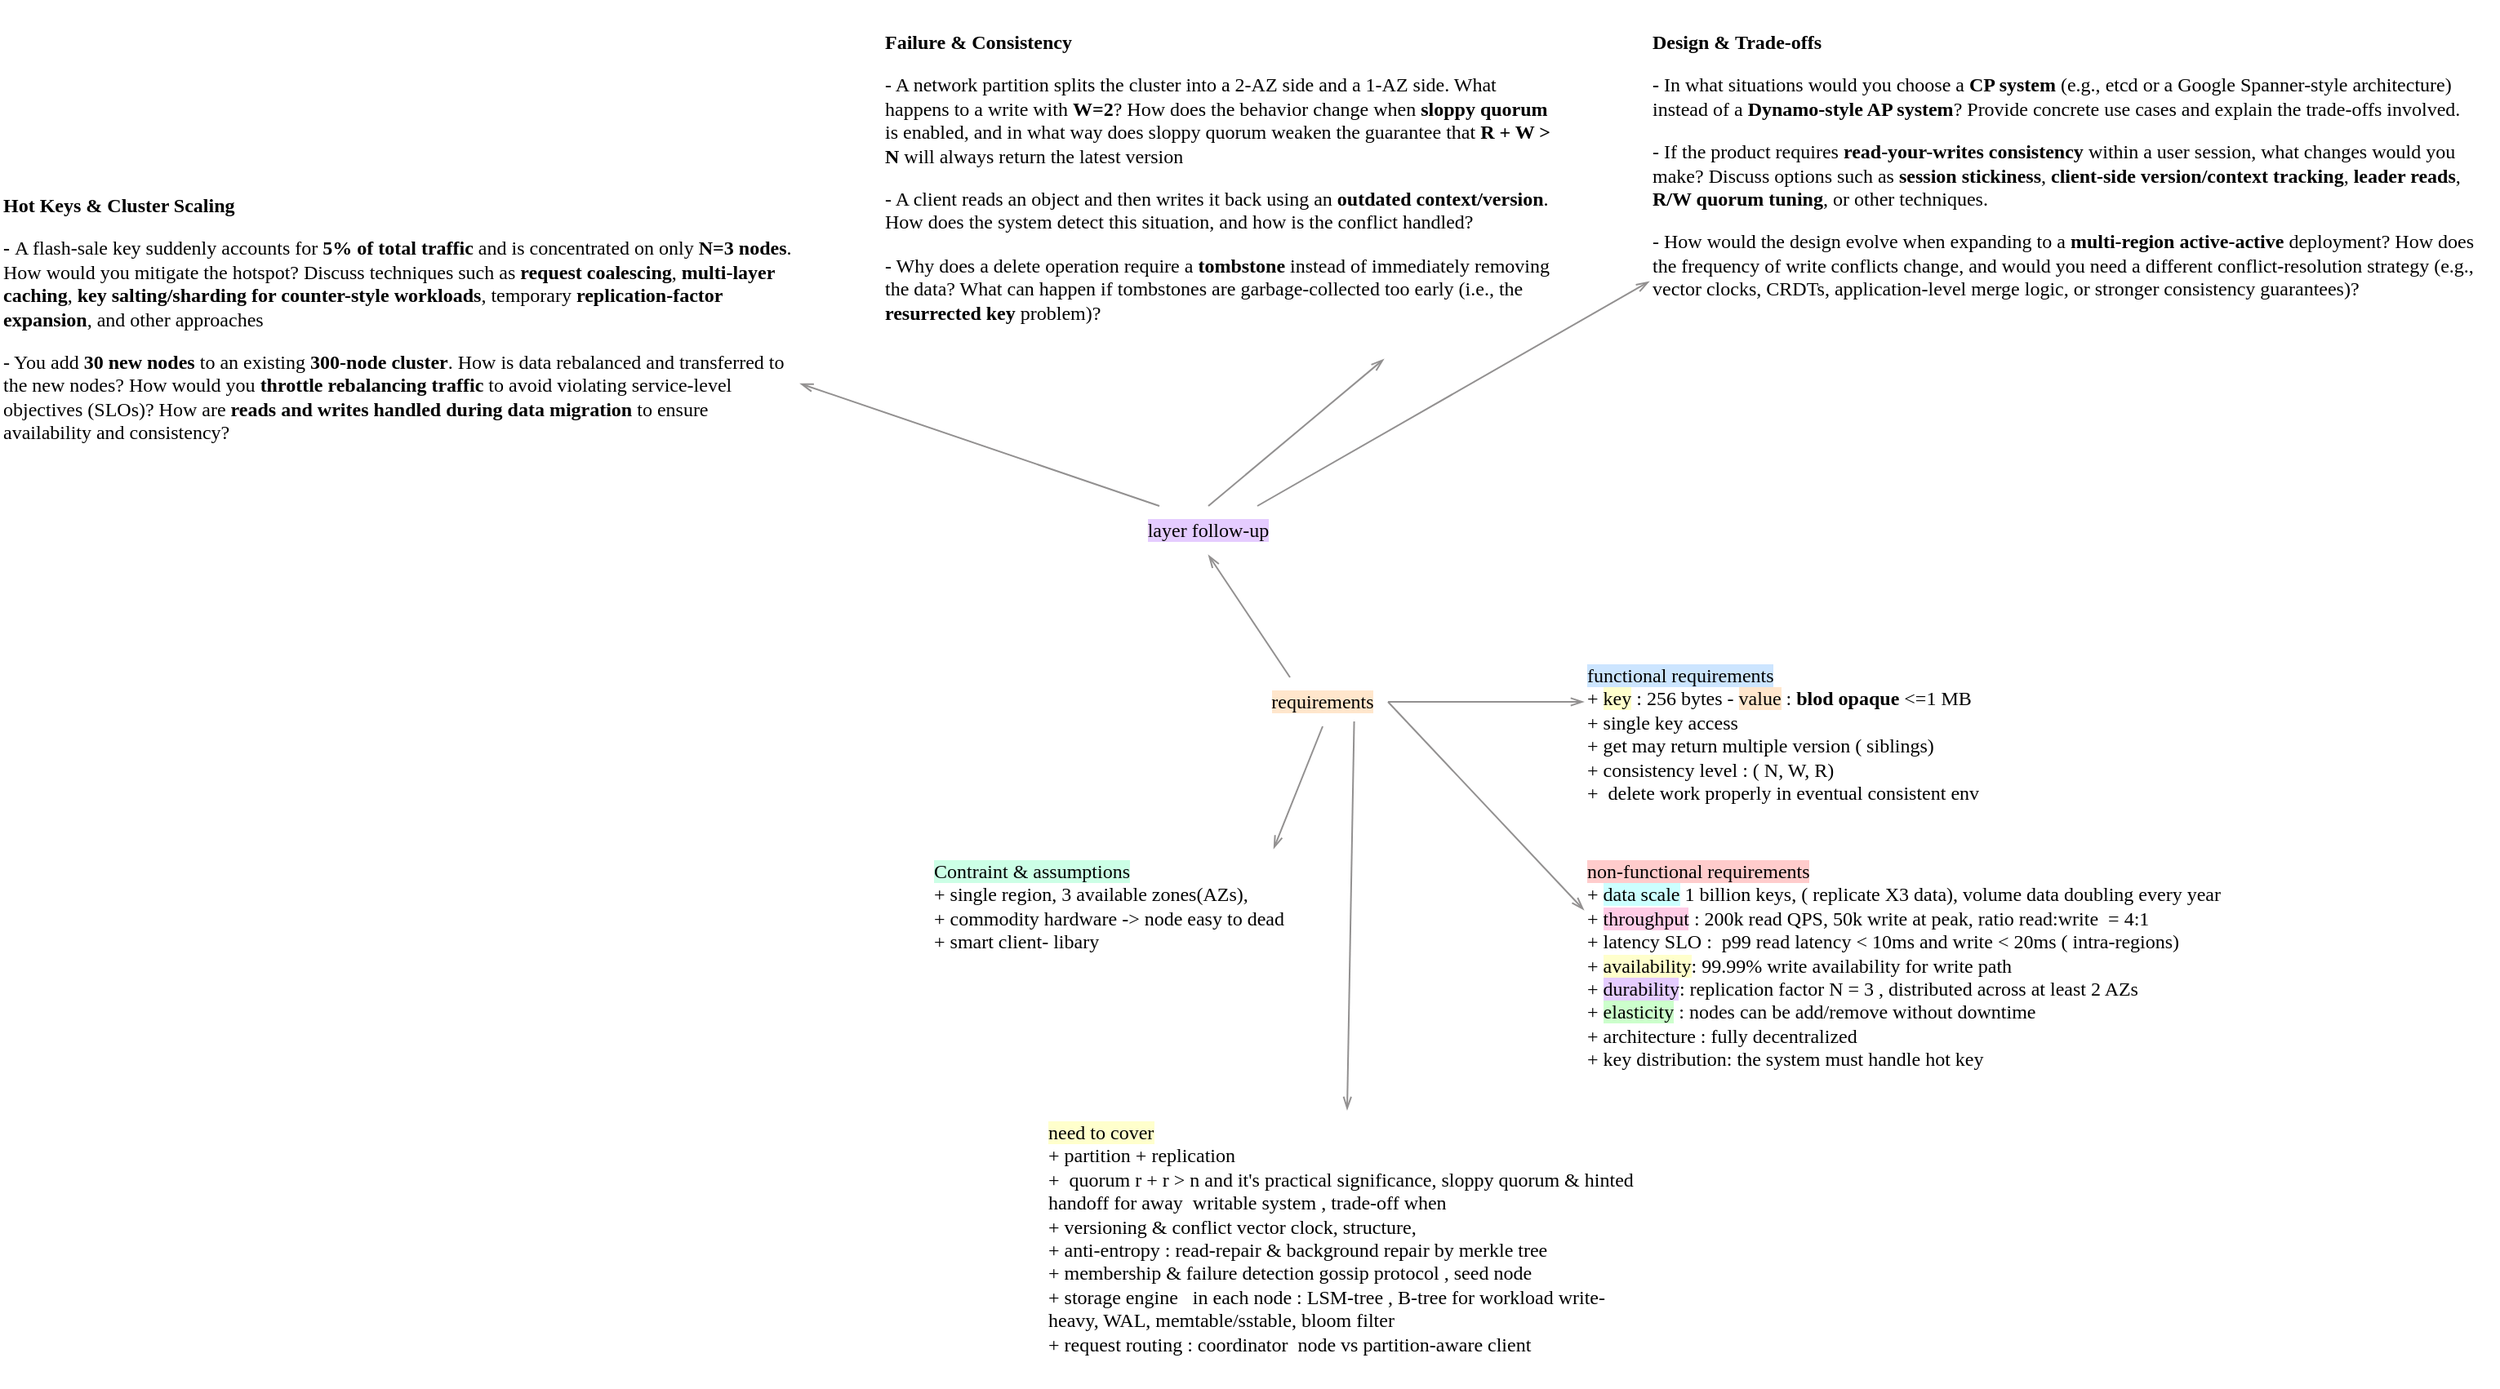
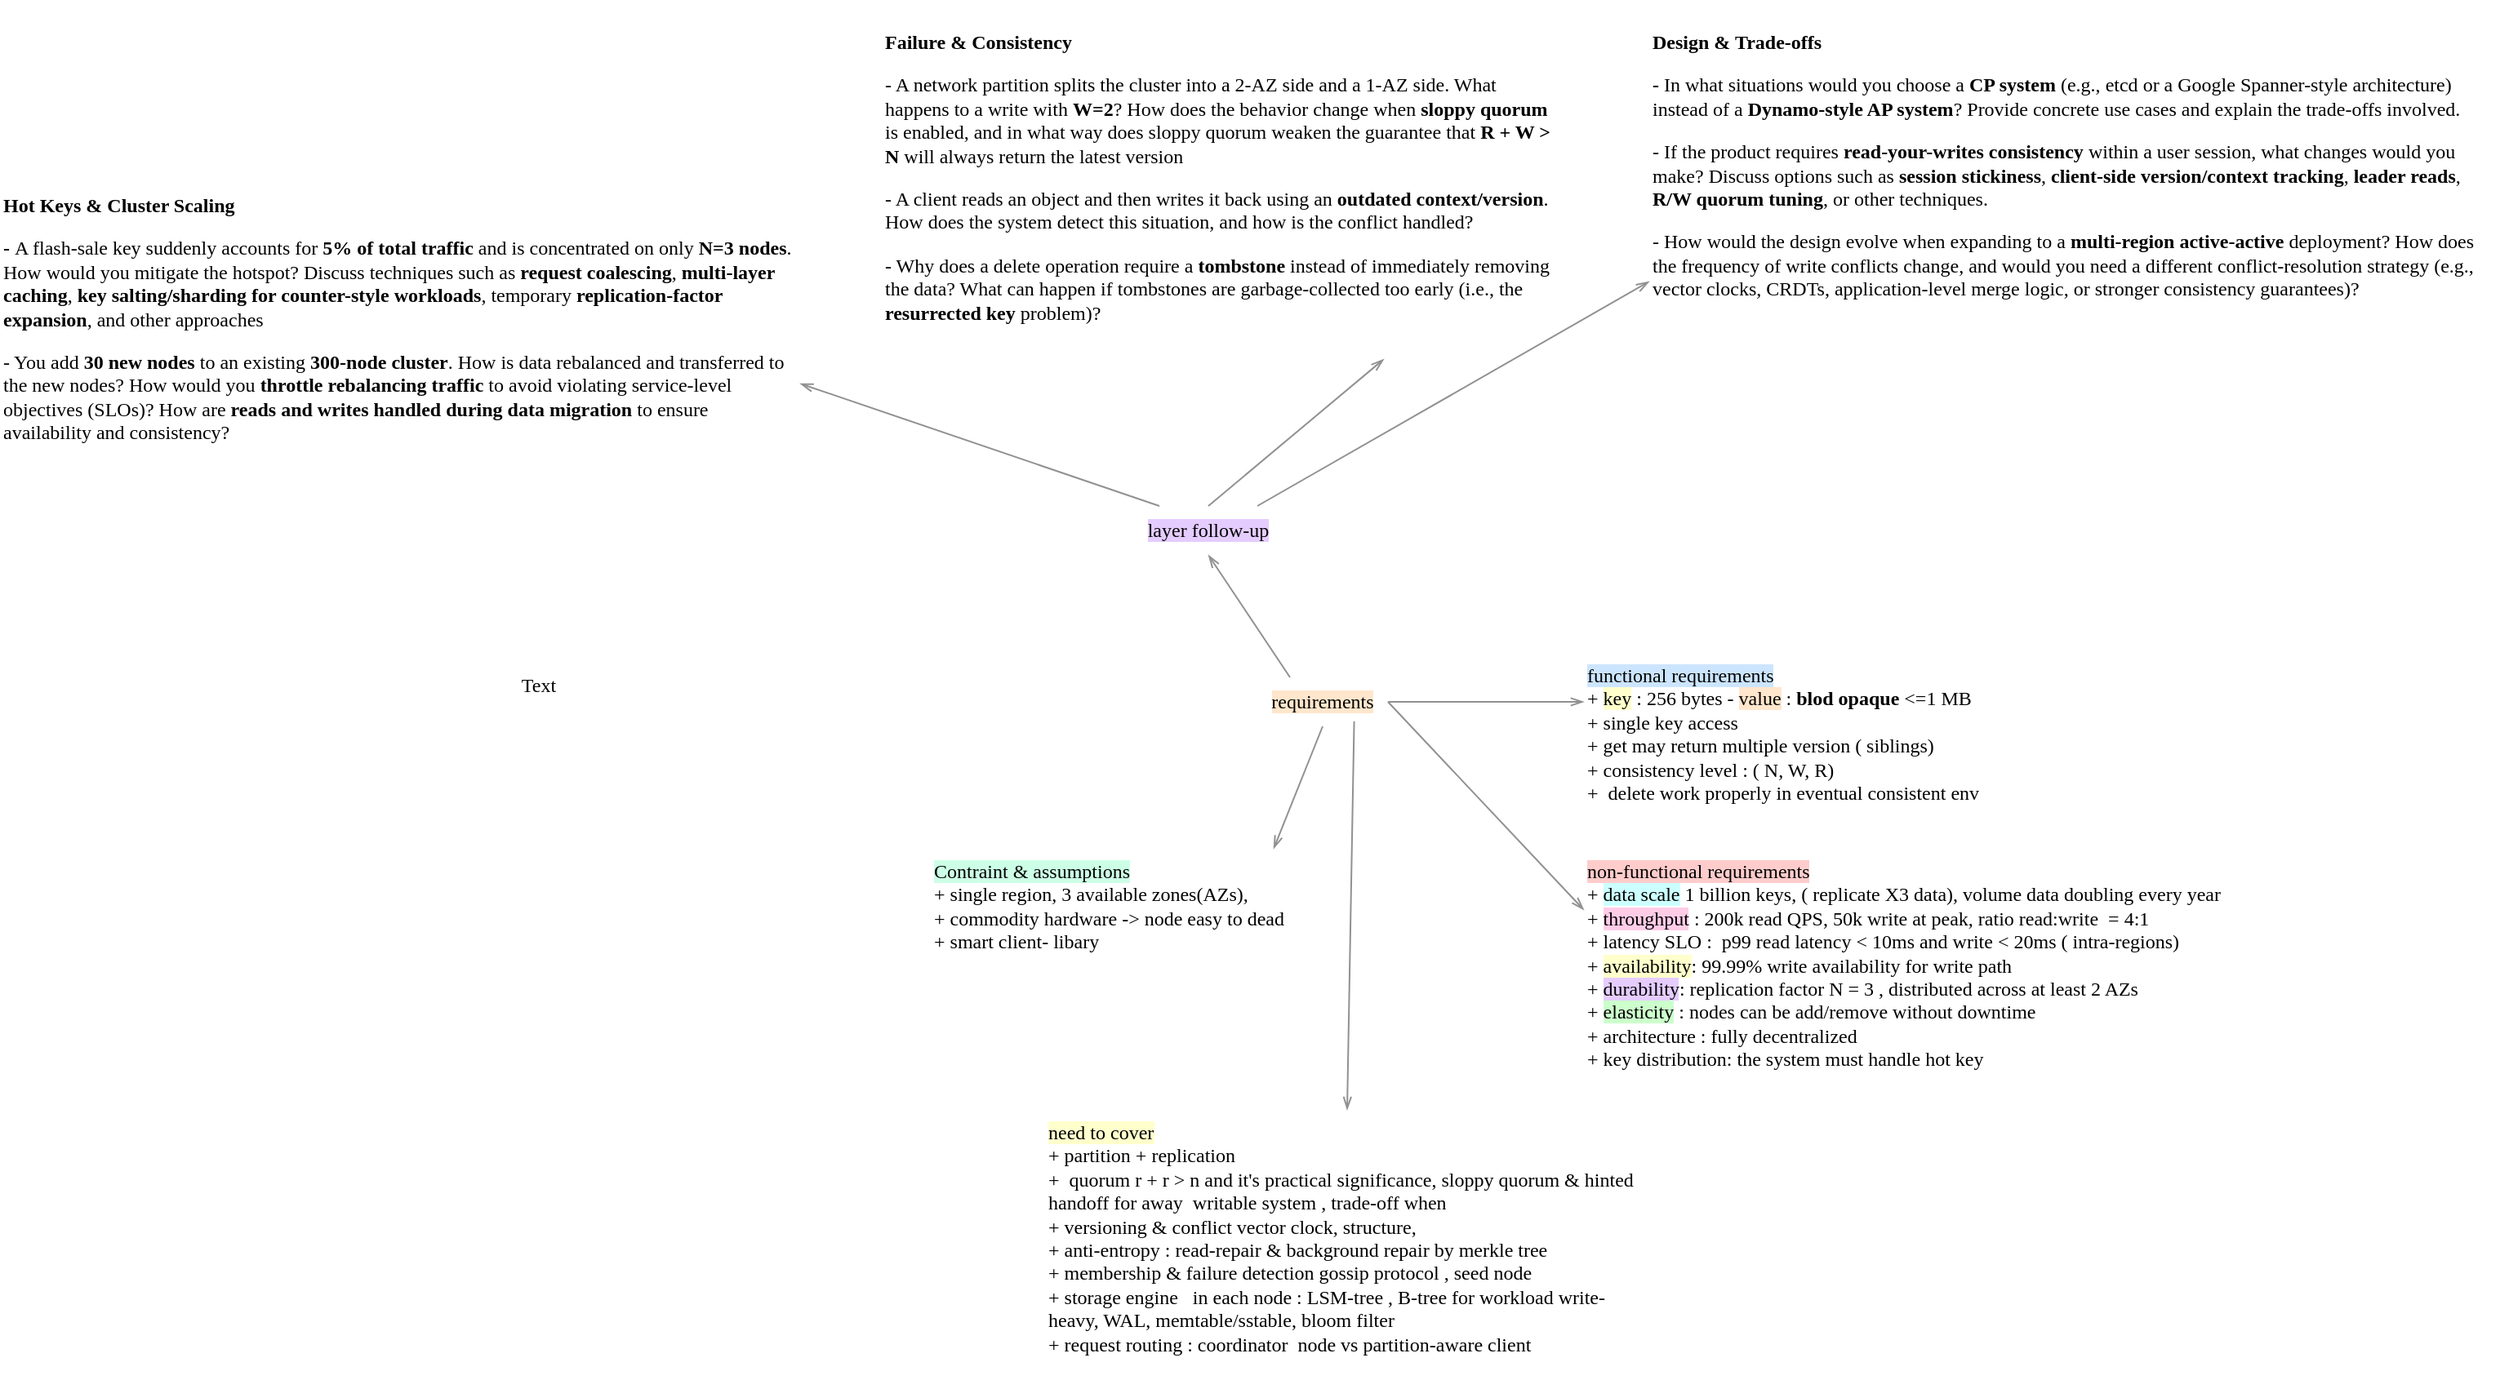
<mxfile host="Electron" agent="Mozilla/5.0 (Macintosh; Intel Mac OS X 10_15_7) AppleWebKit/537.36 (KHTML, like Gecko) draw.io/29.3.0 Chrome/140.0.7339.249 Electron/38.7.2 Safari/537.36" version="29.3.0">
  <diagram name="requirements" id="Soyh-dsiO2Pv7ErmOZPK">
    <mxGraphModel dx="2327" dy="2025" grid="1" gridSize="10" guides="1" tooltips="1" connect="1" arrows="1" fold="1" page="1" pageScale="1" pageWidth="827" pageHeight="1169" math="0" shadow="0">
      <root>
        <mxCell id="0" />
        <mxCell id="1" parent="0" />
        <mxCell id="bwjHSVQv5VCAhcKKyRjm-2" parent="1" style="text;html=1;whiteSpace=wrap;strokeColor=none;fillColor=none;align=left;verticalAlign=top;rounded=0;" value="&lt;font face=&quot;Comic Sans MS&quot; style=&quot;background-color: rgb(204, 229, 255);&quot;&gt;functional requirements&lt;/font&gt;&lt;div&gt;&lt;font face=&quot;Comic Sans MS&quot;&gt;+ &lt;span style=&quot;background-color: rgb(255, 255, 204);&quot;&gt;key&lt;/span&gt; : 256 bytes - &lt;span style=&quot;background-color: rgb(255, 230, 204);&quot;&gt;value&lt;/span&gt; : &lt;b&gt;blod opaque&lt;/b&gt; &amp;lt;=1 MB&lt;/font&gt;&lt;/div&gt;&lt;div&gt;&lt;font face=&quot;Comic Sans MS&quot;&gt;+ single key access&lt;/font&gt;&lt;/div&gt;&lt;div&gt;&lt;font face=&quot;Comic Sans MS&quot;&gt;+ get may return multiple version ( siblings)&lt;/font&gt;&lt;/div&gt;&lt;div&gt;&lt;font face=&quot;Comic Sans MS&quot;&gt;+ consistency level : ( N, W, R)&lt;/font&gt;&lt;/div&gt;&lt;div&gt;&lt;font face=&quot;Comic Sans MS&quot;&gt;+&amp;nbsp; delete work properly in eventual consistent env&lt;/font&gt;&lt;/div&gt;" vertex="1">
          <mxGeometry height="120" width="280" x="280" y="280" as="geometry" />
        </mxCell>
        <mxCell id="bwjHSVQv5VCAhcKKyRjm-4" parent="1" style="text;html=1;whiteSpace=wrap;strokeColor=none;fillColor=none;align=center;verticalAlign=middle;rounded=0;" value="&lt;span style=&quot;font-family: &amp;quot;Comic Sans MS&amp;quot;; background-color: rgb(255, 230, 204);&quot;&gt;requirements&lt;/span&gt;" vertex="1">
          <mxGeometry height="30" width="80" x="80" y="295" as="geometry" />
        </mxCell>
        <mxCell id="bwjHSVQv5VCAhcKKyRjm-5" edge="1" parent="1" source="bwjHSVQv5VCAhcKKyRjm-4" style="endArrow=openThin;html=1;rounded=0;endFill=0;strokeColor=light-dark(#929090, #ededed);exitX=1;exitY=0.5;exitDx=0;exitDy=0;entryX=0;entryY=0.25;entryDx=0;entryDy=0;" target="bwjHSVQv5VCAhcKKyRjm-2" value="">
          <mxGeometry height="50" relative="1" width="50" as="geometry">
            <mxPoint x="200" y="410" as="sourcePoint" />
            <mxPoint x="250" y="360" as="targetPoint" />
          </mxGeometry>
        </mxCell>
        <mxCell id="bwjHSVQv5VCAhcKKyRjm-6" parent="1" style="text;html=1;whiteSpace=wrap;strokeColor=none;fillColor=none;align=left;verticalAlign=top;rounded=0;" value="&lt;font face=&quot;Comic Sans MS&quot; style=&quot;background-color: rgb(255, 204, 204);&quot;&gt;non-functional requirements&lt;/font&gt;&lt;div&gt;&lt;div&gt;&lt;font face=&quot;Comic Sans MS&quot;&gt;+ &lt;span style=&quot;background-color: rgb(204, 255, 255);&quot;&gt;data scale&lt;/span&gt; 1 billion keys, ( replicate X3 data), volume data doubling every year&lt;/font&gt;&lt;/div&gt;&lt;div&gt;&lt;font face=&quot;Comic Sans MS&quot;&gt;+&amp;nbsp;&lt;span style=&quot;background-color: rgb(255, 204, 230);&quot;&gt;throughput&lt;/span&gt; : 200k read QPS, 50k write at peak, ratio read:write&amp;nbsp; = 4:1&lt;/font&gt;&lt;/div&gt;&lt;div&gt;&lt;font face=&quot;Comic Sans MS&quot;&gt;+ latency SLO :&amp;nbsp; p99 read latency &amp;lt; 10ms and write &amp;lt; 20ms ( intra-regions)&lt;/font&gt;&lt;/div&gt;&lt;div&gt;&lt;font face=&quot;Comic Sans MS&quot;&gt;+ &lt;span style=&quot;background-color: rgb(255, 255, 204);&quot;&gt;availability&lt;/span&gt;: 99.99% write availability for write path&lt;/font&gt;&lt;/div&gt;&lt;div&gt;&lt;font face=&quot;Comic Sans MS&quot;&gt;+ &lt;span style=&quot;background-color: rgb(229, 204, 255);&quot;&gt;durability&lt;/span&gt;: replication factor N = 3 , distributed across at least 2 AZs&lt;/font&gt;&lt;/div&gt;&lt;div&gt;&lt;font face=&quot;Comic Sans MS&quot;&gt;+ &lt;span style=&quot;background-color: rgb(204, 255, 204);&quot;&gt;elasticity&lt;/span&gt; : nodes can be add/remove without downtime&lt;/font&gt;&lt;/div&gt;&lt;div&gt;&lt;font face=&quot;Comic Sans MS&quot;&gt;+ architecture : fully decentralized&lt;/font&gt;&lt;/div&gt;&lt;div&gt;&lt;font face=&quot;Comic Sans MS&quot;&gt;+ key distribution: the system must handle hot key&lt;/font&gt;&lt;/div&gt;&lt;/div&gt;" vertex="1">
          <mxGeometry height="150" width="460" x="280" y="400" as="geometry" />
        </mxCell>
        <mxCell id="bwjHSVQv5VCAhcKKyRjm-7" edge="1" parent="1" source="bwjHSVQv5VCAhcKKyRjm-4" style="endArrow=openThin;html=1;rounded=0;endFill=0;strokeColor=light-dark(#929090, #ededed);exitX=1;exitY=0.5;exitDx=0;exitDy=0;entryX=0;entryY=0.25;entryDx=0;entryDy=0;" target="bwjHSVQv5VCAhcKKyRjm-6" value="">
          <mxGeometry height="50" relative="1" width="50" as="geometry">
            <mxPoint x="290" y="460" as="sourcePoint" />
            <mxPoint x="340" y="410" as="targetPoint" />
          </mxGeometry>
        </mxCell>
        <mxCell id="bwjHSVQv5VCAhcKKyRjm-8" parent="1" style="text;html=1;whiteSpace=wrap;strokeColor=none;fillColor=none;align=left;verticalAlign=top;rounded=0;" value="&lt;font face=&quot;Comic Sans MS&quot; style=&quot;background-color: rgb(204, 255, 230);&quot;&gt;Contraint &amp;amp; assumptions&lt;/font&gt;&lt;div&gt;&lt;font face=&quot;Comic Sans MS&quot;&gt;+ single region, 3 available zones(AZs),&lt;/font&gt;&lt;/div&gt;&lt;div&gt;&lt;font face=&quot;Comic Sans MS&quot;&gt;+ commodity hardware -&amp;gt; node easy to dead&lt;/font&gt;&lt;/div&gt;&lt;div&gt;&lt;font face=&quot;Comic Sans MS&quot;&gt;+ smart client- libary&lt;/font&gt;&lt;/div&gt;" vertex="1">
          <mxGeometry height="70" width="280" x="-120" y="400" as="geometry" />
        </mxCell>
        <mxCell id="bwjHSVQv5VCAhcKKyRjm-9" edge="1" parent="1" source="bwjHSVQv5VCAhcKKyRjm-4" style="endArrow=openThin;html=1;rounded=0;endFill=0;strokeColor=light-dark(#929090, #ededed);exitX=0.5;exitY=1;exitDx=0;exitDy=0;entryX=0.75;entryY=0;entryDx=0;entryDy=0;" target="bwjHSVQv5VCAhcKKyRjm-8" value="">
          <mxGeometry height="50" relative="1" width="50" as="geometry">
            <mxPoint x="10" y="400" as="sourcePoint" />
            <mxPoint x="60" y="350" as="targetPoint" />
          </mxGeometry>
        </mxCell>
        <mxCell id="bwjHSVQv5VCAhcKKyRjm-10" parent="1" style="text;html=1;whiteSpace=wrap;strokeColor=none;fillColor=none;align=left;verticalAlign=top;rounded=0;" value="&lt;font face=&quot;Comic Sans MS&quot; style=&quot;background-color: rgb(255, 255, 204);&quot;&gt;need to cover&lt;/font&gt;&lt;div&gt;&lt;font face=&quot;Comic Sans MS&quot;&gt;+ partition + replication&lt;/font&gt;&lt;/div&gt;&lt;div&gt;&lt;font face=&quot;Comic Sans MS&quot;&gt;+&amp;nbsp; quorum r + r &amp;gt; n and it&#39;s practical significance, sloppy quorum &amp;amp; hinted handoff for away&amp;nbsp; writable system , trade-off when&amp;nbsp;&lt;/font&gt;&lt;/div&gt;&lt;div&gt;&lt;font face=&quot;Comic Sans MS&quot;&gt;+ versioning &amp;amp; conflict vector clock, structure,&amp;nbsp;&lt;/font&gt;&lt;/div&gt;&lt;div&gt;&lt;font face=&quot;Comic Sans MS&quot;&gt;+ anti-entropy : read-repair &amp;amp; background repair by merkle tree&lt;/font&gt;&lt;/div&gt;&lt;div&gt;&lt;font face=&quot;Comic Sans MS&quot;&gt;+ membership &amp;amp; failure detection gossip protocol , seed node&lt;/font&gt;&lt;/div&gt;&lt;div&gt;&lt;font face=&quot;Comic Sans MS&quot;&gt;+ storage engine&amp;nbsp; &amp;nbsp;in each node : LSM-tree , B-tree for workload write-heavy, WAL, memtable/sstable, bloom filter&lt;/font&gt;&lt;/div&gt;&lt;div&gt;&lt;font face=&quot;Comic Sans MS&quot;&gt;+ request routing : coordinator&amp;nbsp; node vs partition-aware client&amp;nbsp;&lt;/font&gt;&lt;/div&gt;" vertex="1">
          <mxGeometry height="170" width="370" x="-50" y="560" as="geometry" />
        </mxCell>
        <mxCell id="bwjHSVQv5VCAhcKKyRjm-12" edge="1" parent="1" source="bwjHSVQv5VCAhcKKyRjm-4" style="endArrow=openThin;html=1;rounded=0;endFill=0;strokeColor=light-dark(#929090, #ededed);exitX=0.741;exitY=0.9;exitDx=0;exitDy=0;exitPerimeter=0;entryX=0.5;entryY=0;entryDx=0;entryDy=0;" target="bwjHSVQv5VCAhcKKyRjm-10" value="">
          <mxGeometry height="50" relative="1" width="50" as="geometry">
            <mxPoint x="220" y="480" as="sourcePoint" />
            <mxPoint x="270" y="430" as="targetPoint" />
          </mxGeometry>
        </mxCell>
        <mxCell id="aUNtAYhIRR93k3x2W3pg-1" parent="1" style="text;html=1;whiteSpace=wrap;strokeColor=none;fillColor=none;align=center;verticalAlign=middle;rounded=0;" value="&lt;font face=&quot;Comic Sans MS&quot; style=&quot;background-color: rgb(229, 204, 255);&quot;&gt;layer follow-up&lt;/font&gt;" vertex="1">
          <mxGeometry height="30" width="120" x="-10" y="190" as="geometry" />
        </mxCell>
        <mxCell id="aUNtAYhIRR93k3x2W3pg-2" edge="1" parent="1" source="bwjHSVQv5VCAhcKKyRjm-4" style="endArrow=openThin;html=1;rounded=0;endFill=0;strokeColor=light-dark(#929090, #ededed);exitX=0.25;exitY=0;exitDx=0;exitDy=0;entryX=0.5;entryY=1;entryDx=0;entryDy=0;" target="aUNtAYhIRR93k3x2W3pg-1" value="">
          <mxGeometry height="50" relative="1" width="50" as="geometry">
            <mxPoint x="-120" y="230" as="sourcePoint" />
            <mxPoint x="-70" y="180" as="targetPoint" />
          </mxGeometry>
        </mxCell>
        <mxCell id="aUNtAYhIRR93k3x2W3pg-3" parent="1" style="text;html=1;whiteSpace=wrap;strokeColor=none;fillColor=none;align=left;verticalAlign=top;rounded=0;fontFamily=Comic Sans MS;" value="&lt;p class=&quot;p1&quot;&gt;&lt;b&gt;Failure &amp;amp; Consistency&lt;/b&gt;&lt;/p&gt;&lt;p class=&quot;p1&quot;&gt;&lt;span style=&quot;background-color: transparent; color: light-dark(rgb(0, 0, 0), rgb(255, 255, 255));&quot;&gt;- A network partition splits the cluster into a 2-AZ side and a 1-AZ side. What happens to a write with &lt;/span&gt;&lt;span class=&quot;s1&quot; style=&quot;background-color: transparent; color: light-dark(rgb(0, 0, 0), rgb(255, 255, 255));&quot;&gt;&lt;b&gt;W=2&lt;/b&gt;&lt;/span&gt;&lt;span style=&quot;background-color: transparent; color: light-dark(rgb(0, 0, 0), rgb(255, 255, 255));&quot;&gt;? How does the behavior change when &lt;/span&gt;&lt;span class=&quot;s1&quot; style=&quot;background-color: transparent; color: light-dark(rgb(0, 0, 0), rgb(255, 255, 255));&quot;&gt;&lt;b&gt;sloppy quorum&lt;/b&gt;&lt;/span&gt;&lt;span style=&quot;background-color: transparent; color: light-dark(rgb(0, 0, 0), rgb(255, 255, 255));&quot;&gt; is enabled, and in what way does sloppy quorum weaken the guarantee that &lt;/span&gt;&lt;span class=&quot;s1&quot; style=&quot;background-color: transparent; color: light-dark(rgb(0, 0, 0), rgb(255, 255, 255));&quot;&gt;&lt;b&gt;R + W &amp;gt; N&lt;/b&gt;&lt;/span&gt;&lt;span style=&quot;background-color: transparent; color: light-dark(rgb(0, 0, 0), rgb(255, 255, 255));&quot;&gt; will always return the latest version&lt;/span&gt;&lt;/p&gt;&lt;p class=&quot;p1&quot;&gt;&lt;span style=&quot;background-color: transparent; color: light-dark(rgb(0, 0, 0), rgb(255, 255, 255));&quot;&gt;- A client reads an object and then writes it back using an &lt;/span&gt;&lt;span class=&quot;s1&quot; style=&quot;background-color: transparent; color: light-dark(rgb(0, 0, 0), rgb(255, 255, 255));&quot;&gt;&lt;b&gt;outdated context/version&lt;/b&gt;&lt;/span&gt;&lt;span style=&quot;background-color: transparent; color: light-dark(rgb(0, 0, 0), rgb(255, 255, 255));&quot;&gt;. How does the system detect this situation, and how is the conflict handled?&lt;/span&gt;&lt;/p&gt;&lt;p class=&quot;p1&quot;&gt;&lt;span style=&quot;background-color: transparent; color: light-dark(rgb(0, 0, 0), rgb(255, 255, 255));&quot;&gt;- Why does a delete operation require a &lt;/span&gt;&lt;span class=&quot;s1&quot; style=&quot;background-color: transparent; color: light-dark(rgb(0, 0, 0), rgb(255, 255, 255));&quot;&gt;&lt;b&gt;tombstone&lt;/b&gt;&lt;/span&gt;&lt;span style=&quot;background-color: transparent; color: light-dark(rgb(0, 0, 0), rgb(255, 255, 255));&quot;&gt; instead of immediately removing the data? What can happen if tombstones are garbage-collected too early (i.e., the &lt;/span&gt;&lt;span class=&quot;s1&quot; style=&quot;background-color: transparent; color: light-dark(rgb(0, 0, 0), rgb(255, 255, 255));&quot;&gt;&lt;b&gt;resurrected key&lt;/b&gt;&lt;/span&gt;&lt;span style=&quot;background-color: transparent; color: light-dark(rgb(0, 0, 0), rgb(255, 255, 255));&quot;&gt; problem)?&lt;/span&gt;&lt;/p&gt;" vertex="1">
          <mxGeometry height="220" width="410" x="-150" y="-120" as="geometry" />
        </mxCell>
        <mxCell id="aUNtAYhIRR93k3x2W3pg-4" edge="1" parent="1" source="aUNtAYhIRR93k3x2W3pg-1" style="endArrow=openThin;html=1;rounded=0;endFill=0;strokeColor=light-dark(#929090, #ededed);exitX=0.5;exitY=0;exitDx=0;exitDy=0;entryX=0.75;entryY=1;entryDx=0;entryDy=0;" target="aUNtAYhIRR93k3x2W3pg-3" value="">
          <mxGeometry height="50" relative="1" width="50" as="geometry">
            <mxPoint x="-50" y="370" as="sourcePoint" />
            <mxPoint y="320" as="targetPoint" />
          </mxGeometry>
        </mxCell>
        <mxCell id="aUNtAYhIRR93k3x2W3pg-5" parent="1" style="text;html=1;whiteSpace=wrap;strokeColor=none;fillColor=none;align=left;verticalAlign=top;rounded=0;fontFamily=Comic Sans MS;" value="&lt;p class=&quot;p1&quot;&gt;&lt;b&gt;Hot Keys &amp;amp; Cluster Scaling&lt;/b&gt;&lt;/p&gt;&lt;p class=&quot;p1&quot;&gt;&lt;span style=&quot;background-color: transparent; color: light-dark(rgb(0, 0, 0), rgb(255, 255, 255));&quot;&gt;&lt;b&gt;-&amp;nbsp;&lt;/b&gt;A flash-sale key suddenly accounts for &lt;/span&gt;&lt;span class=&quot;s1&quot; style=&quot;background-color: transparent; color: light-dark(rgb(0, 0, 0), rgb(255, 255, 255));&quot;&gt;&lt;b&gt;5% of total traffic&lt;/b&gt;&lt;/span&gt;&lt;span style=&quot;background-color: transparent; color: light-dark(rgb(0, 0, 0), rgb(255, 255, 255));&quot;&gt; and is concentrated on only &lt;/span&gt;&lt;span class=&quot;s1&quot; style=&quot;background-color: transparent; color: light-dark(rgb(0, 0, 0), rgb(255, 255, 255));&quot;&gt;&lt;b&gt;N=3 nodes&lt;/b&gt;&lt;/span&gt;&lt;span style=&quot;background-color: transparent; color: light-dark(rgb(0, 0, 0), rgb(255, 255, 255));&quot;&gt;. How would you mitigate the hotspot? Discuss techniques such as &lt;/span&gt;&lt;span class=&quot;s1&quot; style=&quot;background-color: transparent; color: light-dark(rgb(0, 0, 0), rgb(255, 255, 255));&quot;&gt;&lt;b&gt;request coalescing&lt;/b&gt;&lt;/span&gt;&lt;span style=&quot;background-color: transparent; color: light-dark(rgb(0, 0, 0), rgb(255, 255, 255));&quot;&gt;, &lt;/span&gt;&lt;span class=&quot;s1&quot; style=&quot;background-color: transparent; color: light-dark(rgb(0, 0, 0), rgb(255, 255, 255));&quot;&gt;&lt;b&gt;multi-layer caching&lt;/b&gt;&lt;/span&gt;&lt;span style=&quot;background-color: transparent; color: light-dark(rgb(0, 0, 0), rgb(255, 255, 255));&quot;&gt;, &lt;/span&gt;&lt;span class=&quot;s1&quot; style=&quot;background-color: transparent; color: light-dark(rgb(0, 0, 0), rgb(255, 255, 255));&quot;&gt;&lt;b&gt;key salting/sharding for counter-style workloads&lt;/b&gt;&lt;/span&gt;&lt;span style=&quot;background-color: transparent; color: light-dark(rgb(0, 0, 0), rgb(255, 255, 255));&quot;&gt;, temporary &lt;/span&gt;&lt;span class=&quot;s1&quot; style=&quot;background-color: transparent; color: light-dark(rgb(0, 0, 0), rgb(255, 255, 255));&quot;&gt;&lt;b&gt;replication-factor expansion&lt;/b&gt;&lt;/span&gt;&lt;span style=&quot;background-color: transparent; color: light-dark(rgb(0, 0, 0), rgb(255, 255, 255));&quot;&gt;, and other approaches&lt;/span&gt;&lt;/p&gt;&lt;p class=&quot;p1&quot;&gt;&lt;span style=&quot;background-color: transparent; color: light-dark(rgb(0, 0, 0), rgb(255, 255, 255));&quot;&gt;- You add &lt;/span&gt;&lt;span class=&quot;s1&quot; style=&quot;background-color: transparent; color: light-dark(rgb(0, 0, 0), rgb(255, 255, 255));&quot;&gt;&lt;b&gt;30 new nodes&lt;/b&gt;&lt;/span&gt;&lt;span style=&quot;background-color: transparent; color: light-dark(rgb(0, 0, 0), rgb(255, 255, 255));&quot;&gt; to an existing &lt;/span&gt;&lt;span class=&quot;s1&quot; style=&quot;background-color: transparent; color: light-dark(rgb(0, 0, 0), rgb(255, 255, 255));&quot;&gt;&lt;b&gt;300-node cluster&lt;/b&gt;&lt;/span&gt;&lt;span style=&quot;background-color: transparent; color: light-dark(rgb(0, 0, 0), rgb(255, 255, 255));&quot;&gt;. How is data rebalanced and transferred to the new nodes? How would you &lt;/span&gt;&lt;span class=&quot;s1&quot; style=&quot;background-color: transparent; color: light-dark(rgb(0, 0, 0), rgb(255, 255, 255));&quot;&gt;&lt;b&gt;throttle rebalancing traffic&lt;/b&gt;&lt;/span&gt;&lt;span style=&quot;background-color: transparent; color: light-dark(rgb(0, 0, 0), rgb(255, 255, 255));&quot;&gt; to avoid violating service-level objectives (SLOs)? How are &lt;/span&gt;&lt;span class=&quot;s1&quot; style=&quot;background-color: transparent; color: light-dark(rgb(0, 0, 0), rgb(255, 255, 255));&quot;&gt;&lt;b&gt;reads and writes handled during data migration&lt;/b&gt;&lt;/span&gt;&lt;span style=&quot;background-color: transparent; color: light-dark(rgb(0, 0, 0), rgb(255, 255, 255));&quot;&gt; to ensure availability and consistency?&lt;/span&gt;&lt;/p&gt;" vertex="1">
          <mxGeometry height="180" width="490" x="-690" y="-20" as="geometry" />
        </mxCell>
        <mxCell id="aUNtAYhIRR93k3x2W3pg-6" edge="1" parent="1" source="aUNtAYhIRR93k3x2W3pg-1" style="endArrow=openThin;html=1;rounded=0;endFill=0;strokeColor=light-dark(#929090, #ededed);exitX=0.25;exitY=0;exitDx=0;exitDy=0;entryX=1;entryY=0.75;entryDx=0;entryDy=0;" target="aUNtAYhIRR93k3x2W3pg-5" value="">
          <mxGeometry height="50" relative="1" width="50" as="geometry">
            <mxPoint x="-280" y="40" as="sourcePoint" />
            <mxPoint x="-230" y="-10" as="targetPoint" />
          </mxGeometry>
        </mxCell>
        <mxCell id="aUNtAYhIRR93k3x2W3pg-7" parent="1" style="text;html=1;whiteSpace=wrap;strokeColor=none;fillColor=none;align=left;verticalAlign=top;rounded=0;fontFamily=Comic Sans MS;" value="&lt;p class=&quot;p1&quot;&gt;&lt;b&gt;Design &amp;amp; Trade-offs&lt;/b&gt;&lt;/p&gt;&lt;p class=&quot;p1&quot;&gt;&lt;span style=&quot;background-color: transparent; color: light-dark(rgb(0, 0, 0), rgb(255, 255, 255));&quot;&gt;&lt;b&gt;-&amp;nbsp;&lt;/b&gt;In what situations would you choose a &lt;/span&gt;&lt;span class=&quot;s1&quot; style=&quot;background-color: transparent; color: light-dark(rgb(0, 0, 0), rgb(255, 255, 255));&quot;&gt;&lt;b&gt;CP system&lt;/b&gt;&lt;/span&gt;&lt;span style=&quot;background-color: transparent; color: light-dark(rgb(0, 0, 0), rgb(255, 255, 255));&quot;&gt; (e.g., &lt;/span&gt;&lt;span class=&quot;s2&quot; style=&quot;background-color: transparent; color: light-dark(rgb(0, 0, 0), rgb(255, 255, 255));&quot;&gt;etcd&lt;/span&gt;&lt;span style=&quot;background-color: transparent; color: light-dark(rgb(0, 0, 0), rgb(255, 255, 255));&quot;&gt; or a &lt;/span&gt;&lt;span class=&quot;s2&quot; style=&quot;background-color: transparent; color: light-dark(rgb(0, 0, 0), rgb(255, 255, 255));&quot;&gt;Google Spanner&lt;/span&gt;&lt;span style=&quot;background-color: transparent; color: light-dark(rgb(0, 0, 0), rgb(255, 255, 255));&quot;&gt;-style architecture) instead of a &lt;/span&gt;&lt;span class=&quot;s1&quot; style=&quot;background-color: transparent; color: light-dark(rgb(0, 0, 0), rgb(255, 255, 255));&quot;&gt;&lt;b&gt;Dynamo-style AP system&lt;/b&gt;&lt;/span&gt;&lt;span style=&quot;background-color: transparent; color: light-dark(rgb(0, 0, 0), rgb(255, 255, 255));&quot;&gt;? Provide concrete use cases and explain the trade-offs involved.&lt;/span&gt;&lt;/p&gt;&lt;p class=&quot;p1&quot;&gt;&lt;span style=&quot;background-color: transparent; color: light-dark(rgb(0, 0, 0), rgb(255, 255, 255));&quot;&gt;- If the product requires &lt;/span&gt;&lt;span class=&quot;s1&quot; style=&quot;background-color: transparent; color: light-dark(rgb(0, 0, 0), rgb(255, 255, 255));&quot;&gt;&lt;b&gt;read-your-writes consistency&lt;/b&gt;&lt;/span&gt;&lt;span style=&quot;background-color: transparent; color: light-dark(rgb(0, 0, 0), rgb(255, 255, 255));&quot;&gt; within a user session, what changes would you make? Discuss options such as &lt;/span&gt;&lt;span class=&quot;s1&quot; style=&quot;background-color: transparent; color: light-dark(rgb(0, 0, 0), rgb(255, 255, 255));&quot;&gt;&lt;b&gt;session stickiness&lt;/b&gt;&lt;/span&gt;&lt;span style=&quot;background-color: transparent; color: light-dark(rgb(0, 0, 0), rgb(255, 255, 255));&quot;&gt;, &lt;/span&gt;&lt;span class=&quot;s1&quot; style=&quot;background-color: transparent; color: light-dark(rgb(0, 0, 0), rgb(255, 255, 255));&quot;&gt;&lt;b&gt;client-side version/context tracking&lt;/b&gt;&lt;/span&gt;&lt;span style=&quot;background-color: transparent; color: light-dark(rgb(0, 0, 0), rgb(255, 255, 255));&quot;&gt;, &lt;/span&gt;&lt;span class=&quot;s1&quot; style=&quot;background-color: transparent; color: light-dark(rgb(0, 0, 0), rgb(255, 255, 255));&quot;&gt;&lt;b&gt;leader reads&lt;/b&gt;&lt;/span&gt;&lt;span style=&quot;background-color: transparent; color: light-dark(rgb(0, 0, 0), rgb(255, 255, 255));&quot;&gt;, &lt;/span&gt;&lt;span class=&quot;s1&quot; style=&quot;background-color: transparent; color: light-dark(rgb(0, 0, 0), rgb(255, 255, 255));&quot;&gt;&lt;b&gt;R/W quorum tuning&lt;/b&gt;&lt;/span&gt;&lt;span style=&quot;background-color: transparent; color: light-dark(rgb(0, 0, 0), rgb(255, 255, 255));&quot;&gt;, or other techniques.&lt;/span&gt;&lt;/p&gt;&lt;p class=&quot;p1&quot;&gt;&lt;span style=&quot;background-color: transparent; color: light-dark(rgb(0, 0, 0), rgb(255, 255, 255));&quot;&gt;- How would the design evolve when expanding to a &lt;/span&gt;&lt;span class=&quot;s1&quot; style=&quot;background-color: transparent; color: light-dark(rgb(0, 0, 0), rgb(255, 255, 255));&quot;&gt;&lt;b&gt;multi-region active-active&lt;/b&gt;&lt;/span&gt;&lt;span style=&quot;background-color: transparent; color: light-dark(rgb(0, 0, 0), rgb(255, 255, 255));&quot;&gt; deployment? How does the frequency of write conflicts change, and would you need a different conflict-resolution strategy (e.g., vector clocks, CRDTs, application-level merge logic, or stronger consistency guarantees)?&lt;/span&gt;&lt;/p&gt;" vertex="1">
          <mxGeometry height="230" width="520" x="320" y="-120" as="geometry" />
        </mxCell>
        <mxCell id="aUNtAYhIRR93k3x2W3pg-8" edge="1" parent="1" source="aUNtAYhIRR93k3x2W3pg-1" style="endArrow=openThin;html=1;rounded=0;endFill=0;strokeColor=light-dark(#929090, #ededed);exitX=0.75;exitY=0;exitDx=0;exitDy=0;entryX=0;entryY=0.75;entryDx=0;entryDy=0;" target="aUNtAYhIRR93k3x2W3pg-7" value="">
          <mxGeometry height="50" relative="1" width="50" as="geometry">
            <mxPoint x="300" y="240" as="sourcePoint" />
            <mxPoint x="350" y="190" as="targetPoint" />
          </mxGeometry>
        </mxCell>
+         <mxCell id="aUNtAYhIRR93k3x2W3pg-9" parent="1" style="text;html=1;whiteSpace=wrap;strokeColor=none;fillColor=none;align=center;verticalAlign=middle;rounded=0;" value="&lt;font face=&quot;Comic Sans MS&quot;&gt;Text&lt;/font&gt;" vertex="1">
+           <mxGeometry height="200" width="400" x="-560" y="200" as="geometry" />
+         </mxCell>
      </root>
    </mxGraphModel>
  </diagram>
</mxfile>
